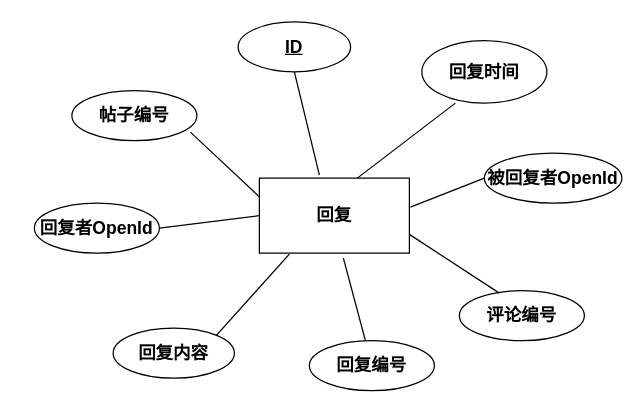
Earlier version of the draw.io diagram 回复实体图.drawio (geoffrey-h/code). Source tidied: cells renumbered, new cells numbered last; positions are measured from the earlier drawing's top-left corner, leaving out a move shared by most shapes. Both pictures are drawn from the tidied source at 125%, with x=0, y=0 at pixel (34, 21).
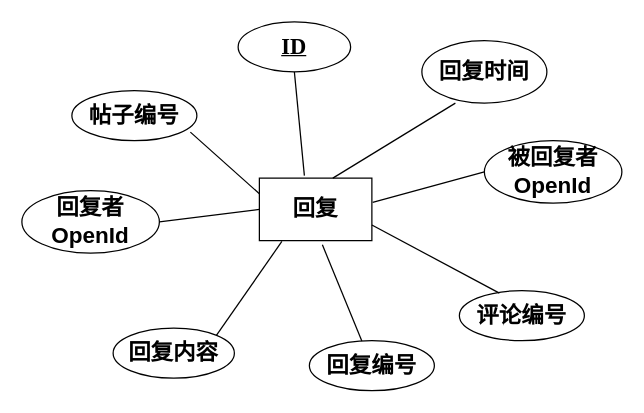
Above is the later version.

Commit message:
更新回复实体图.drawio

Change to the diagram source:
```diff
@@
 <mxGraphModel>
   <root>
     <mxCell id="0" />
     <mxCell id="1" parent="0" />
-    <mxCell id="2" value="&lt;font style=&quot;font-size: 14px&quot;&gt;&lt;b&gt;回复&lt;/b&gt;&lt;/font&gt;" style="rounded=0;whiteSpace=wrap;html=1;" parent="1" vertex="1">
-      <mxGeometry x="180" y="125" width="120" height="60" as="geometry" />
+    <mxCell id="2" value="&lt;font style=&quot;font-size: 18px&quot; face=&quot;宋体&quot;&gt;&lt;b&gt;回复&lt;/b&gt;&lt;/font&gt;" style="rounded=0;whiteSpace=wrap;html=1;" parent="1" vertex="1">
+      <mxGeometry x="180" y="125" width="90" height="50" as="geometry" />
     </mxCell>
-    <mxCell id="3" value="&lt;font style=&quot;font-size: 14px&quot;&gt;&lt;b&gt;帖子编号&lt;/b&gt;&lt;/font&gt;" style="ellipse;whiteSpace=wrap;html=1;" parent="1" vertex="1">
+    <mxCell id="3" value="&lt;font style=&quot;font-size: 18px&quot; face=&quot;宋体&quot;&gt;&lt;b&gt;帖子编号&lt;/b&gt;&lt;/font&gt;" style="ellipse;whiteSpace=wrap;html=1;" parent="1" vertex="1">
       <mxGeometry x="30" y="55" width="100" height="40" as="geometry" />
     </mxCell>
-    <mxCell id="4" value="&lt;font style=&quot;font-size: 14px&quot;&gt;&lt;b&gt;回复者OpenId&lt;/b&gt;&lt;/font&gt;" style="ellipse;whiteSpace=wrap;html=1;" parent="1" vertex="1">
-      <mxGeometry y="145" width="100" height="40" as="geometry" />
+    <mxCell id="4" value="&lt;font style=&quot;font-size: 18px&quot; face=&quot;宋体&quot;&gt;&lt;b&gt;回复者OpenId&lt;/b&gt;&lt;/font&gt;" style="ellipse;whiteSpace=wrap;html=1;" parent="1" vertex="1">
+      <mxGeometry x="-10" y="135" width="110" height="50" as="geometry" />
     </mxCell>
-    <mxCell id="5" value="&lt;b&gt;&lt;font style=&quot;font-size: 14px&quot;&gt;回复内容&lt;/font&gt;&lt;/b&gt;" style="ellipse;whiteSpace=wrap;html=1;" parent="1" vertex="1">
+    <mxCell id="5" value="&lt;b&gt;&lt;font style=&quot;font-size: 18px&quot; face=&quot;宋体&quot;&gt;回复内容&lt;/font&gt;&lt;/b&gt;" style="ellipse;whiteSpace=wrap;html=1;" parent="1" vertex="1">
       <mxGeometry x="63" y="245" width="97" height="40" as="geometry" />
     </mxCell>
-    <mxCell id="6" value="&lt;font style=&quot;font-size: 14px&quot;&gt;&lt;b&gt;&lt;u&gt;ID&lt;/u&gt;&lt;/b&gt;&lt;/font&gt;" style="ellipse;whiteSpace=wrap;html=1;" parent="1" vertex="1">
+    <mxCell id="6" value="&lt;font style=&quot;font-size: 18px&quot; face=&quot;Times new Roman&quot;&gt;&lt;b&gt;&lt;u&gt;ID&lt;/u&gt;&lt;/b&gt;&lt;/font&gt;" style="ellipse;whiteSpace=wrap;html=1;" parent="1" vertex="1">
       <mxGeometry x="163" width="90" height="40" as="geometry" />
     </mxCell>
-    <mxCell id="7" value="&lt;b&gt;&lt;font style=&quot;font-size: 14px&quot;&gt;被回复者OpenId&lt;/font&gt;&lt;/b&gt;" style="ellipse;whiteSpace=wrap;html=1;" parent="1" vertex="1">
-      <mxGeometry x="360" y="105" width="110" height="40" as="geometry" />
+    <mxCell id="7" value="&lt;b&gt;&lt;font style=&quot;font-size: 18px&quot; face=&quot;宋体&quot;&gt;被回复者OpenId&lt;/font&gt;&lt;/b&gt;" style="ellipse;whiteSpace=wrap;html=1;" parent="1" vertex="1">
+      <mxGeometry x="360" y="95" width="110" height="50" as="geometry" />
     </mxCell>
-    <mxCell id="8" value="&lt;b&gt;&lt;font style=&quot;font-size: 14px&quot;&gt;回复时间&lt;/font&gt;&lt;/b&gt;" style="ellipse;whiteSpace=wrap;html=1;" parent="1" vertex="1">
+    <mxCell id="8" value="&lt;b&gt;&lt;font style=&quot;font-size: 18px&quot; face=&quot;宋体&quot;&gt;回复时间&lt;/font&gt;&lt;/b&gt;" style="ellipse;whiteSpace=wrap;html=1;" parent="1" vertex="1">
       <mxGeometry x="310" y="15" width="100" height="50" as="geometry" />
     </mxCell>
-    <mxCell id="9" value="&lt;b&gt;&lt;font style=&quot;font-size: 14px&quot;&gt;评论编号&lt;/font&gt;&lt;/b&gt;" style="ellipse;whiteSpace=wrap;html=1;" parent="1" vertex="1">
+    <mxCell id="9" value="&lt;b&gt;&lt;font style=&quot;font-size: 18px&quot; face=&quot;宋体&quot;&gt;评论编号&lt;/font&gt;&lt;/b&gt;" style="ellipse;whiteSpace=wrap;html=1;" parent="1" vertex="1">
       <mxGeometry x="340" y="215" width="100" height="40" as="geometry" />
     </mxCell>
-    <mxCell id="10" value="&lt;font style=&quot;font-size: 14px&quot;&gt;&lt;b&gt;回复编号&lt;/b&gt;&lt;/font&gt;" style="ellipse;whiteSpace=wrap;html=1;" parent="1" vertex="1">
+    <mxCell id="10" value="&lt;font style=&quot;font-size: 18px&quot; face=&quot;宋体&quot;&gt;&lt;b&gt;回复编号&lt;/b&gt;&lt;/font&gt;" style="ellipse;whiteSpace=wrap;html=1;" parent="1" vertex="1">
       <mxGeometry x="220" y="255" width="100" height="40" as="geometry" />
     </mxCell>
     <mxCell id="11" style="endArrow=none;html=1;entryX=0.5;entryY=1;entryDx=0;entryDy=0;exitX=0.4;exitY=-0.04;exitDx=0;exitDy=0;exitPerimeter=0;" parent="1" edge="1" source="2" target="6">
       <mxGeometry relative="1" as="geometry" />
     </mxCell>
     <mxCell id="12" style="endArrow=none;html=1;entryX=0.268;entryY=1;entryDx=0;entryDy=0;entryPerimeter=0;exitX=0.653;exitY=0;exitDx=0;exitDy=0;exitPerimeter=0;" parent="1" edge="1" source="2" target="8">
       <mxGeometry relative="1" as="geometry" />
     </mxCell>
     <mxCell id="13" style="endArrow=none;html=1;entryX=0;entryY=0.5;entryDx=0;entryDy=0;exitX=1.007;exitY=0.387;exitDx=0;exitDy=0;exitPerimeter=0;" parent="1" edge="1" source="2" target="7">
       <mxGeometry relative="1" as="geometry" />
     </mxCell>
     <mxCell id="14" style="endArrow=none;html=1;entryX=0.32;entryY=0.05;entryDx=0;entryDy=0;entryPerimeter=0;exitX=1;exitY=0.75;exitDx=0;exitDy=0;" parent="1" edge="1" source="2" target="9">
       <mxGeometry relative="1" as="geometry" />
     </mxCell>
     <mxCell id="15" style="endArrow=none;html=1;entryX=0.56;entryY=1.067;entryDx=0;entryDy=0;entryPerimeter=0;" parent="1" edge="1" source="10" target="2">
       <mxGeometry relative="1" as="geometry" />
     </mxCell>
     <mxCell id="16" style="endArrow=none;html=1;entryX=0.2;entryY=1.013;entryDx=0;entryDy=0;entryPerimeter=0;exitX=1;exitY=0;exitDx=0;exitDy=0;" parent="1" edge="1" source="5" target="2">
       <mxGeometry relative="1" as="geometry" />
     </mxCell>
     <mxCell id="17" style="endArrow=none;html=1;entryX=0;entryY=0.5;entryDx=0;entryDy=0;exitX=1;exitY=0.5;exitDx=0;exitDy=0;" parent="1" edge="1" source="4" target="2">
       <mxGeometry relative="1" as="geometry" />
     </mxCell>
     <mxCell id="18" style="endArrow=none;html=1;entryX=0;entryY=0.25;entryDx=0;entryDy=0;exitX=0.948;exitY=0.83;exitDx=0;exitDy=0;exitPerimeter=0;" parent="1" edge="1" source="3" target="2">
       <mxGeometry relative="1" as="geometry" />
     </mxCell>
   </root>
 </mxGraphModel>
```
